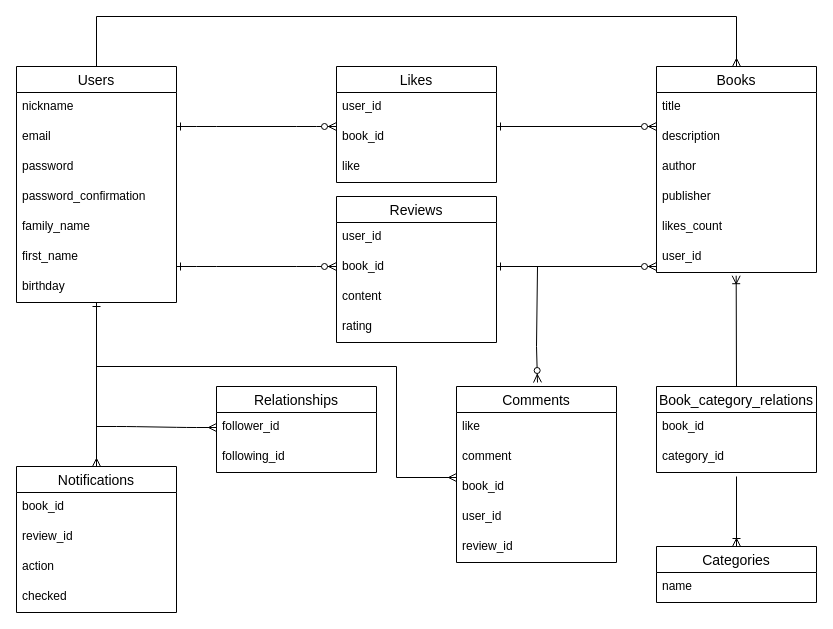
Before: config/ERD.drawio in phyirome/my-bookshelf, a draw.io diagram. Source tidied: cells renumbered, new cells numbered last; positions are measured from the earlier drawing's top-left corner, leaving out a move shared by most shapes. Both pictures are drawn from the tidied source at 100%, with x=0, y=0 at pixel (16, 16).
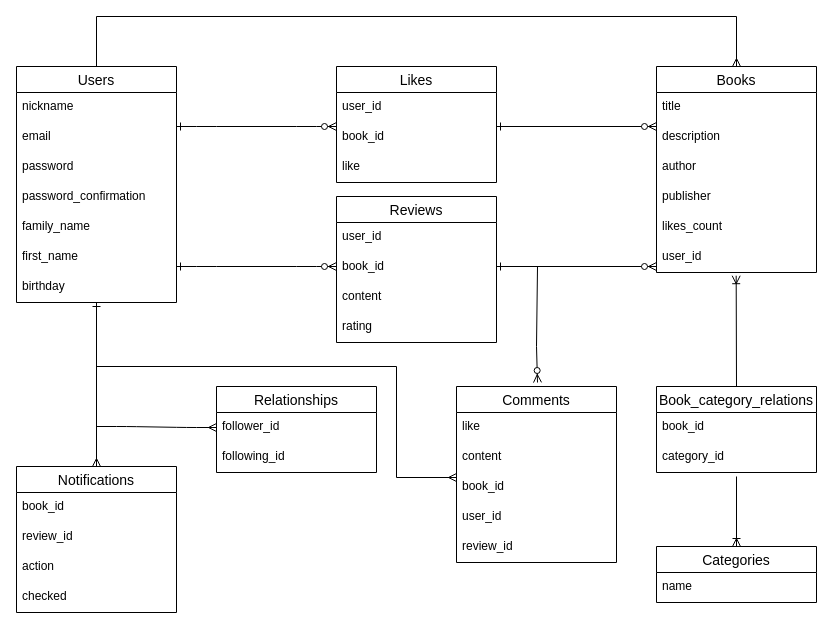
After the change.

Unchanged cells that the change refers to:
```xml
<mxCell id="48" value="Comments" style="swimlane;fontStyle=0;horizontal=1;startSize=26;align=center;fontSize=14;" parent="1" vertex="1">
  <mxGeometry x="440" y="370" width="160" height="176" as="geometry" />
</mxCell>
```

Change to the diagram source:
```diff
@@
-    <mxCell id="50" value="comment" style="text;strokeColor=none;fillColor=none;spacingLeft=4;spacingRight=4;overflow=hidden;fontSize=12;" parent="48" vertex="1">
+    <mxCell id="50" value="content" style="text;strokeColor=none;fillColor=none;spacingLeft=4;spacingRight=4;overflow=hidden;fontSize=12;" parent="48" vertex="1">
       <mxGeometry y="56" width="160" height="30" as="geometry" />
     </mxCell>
```
